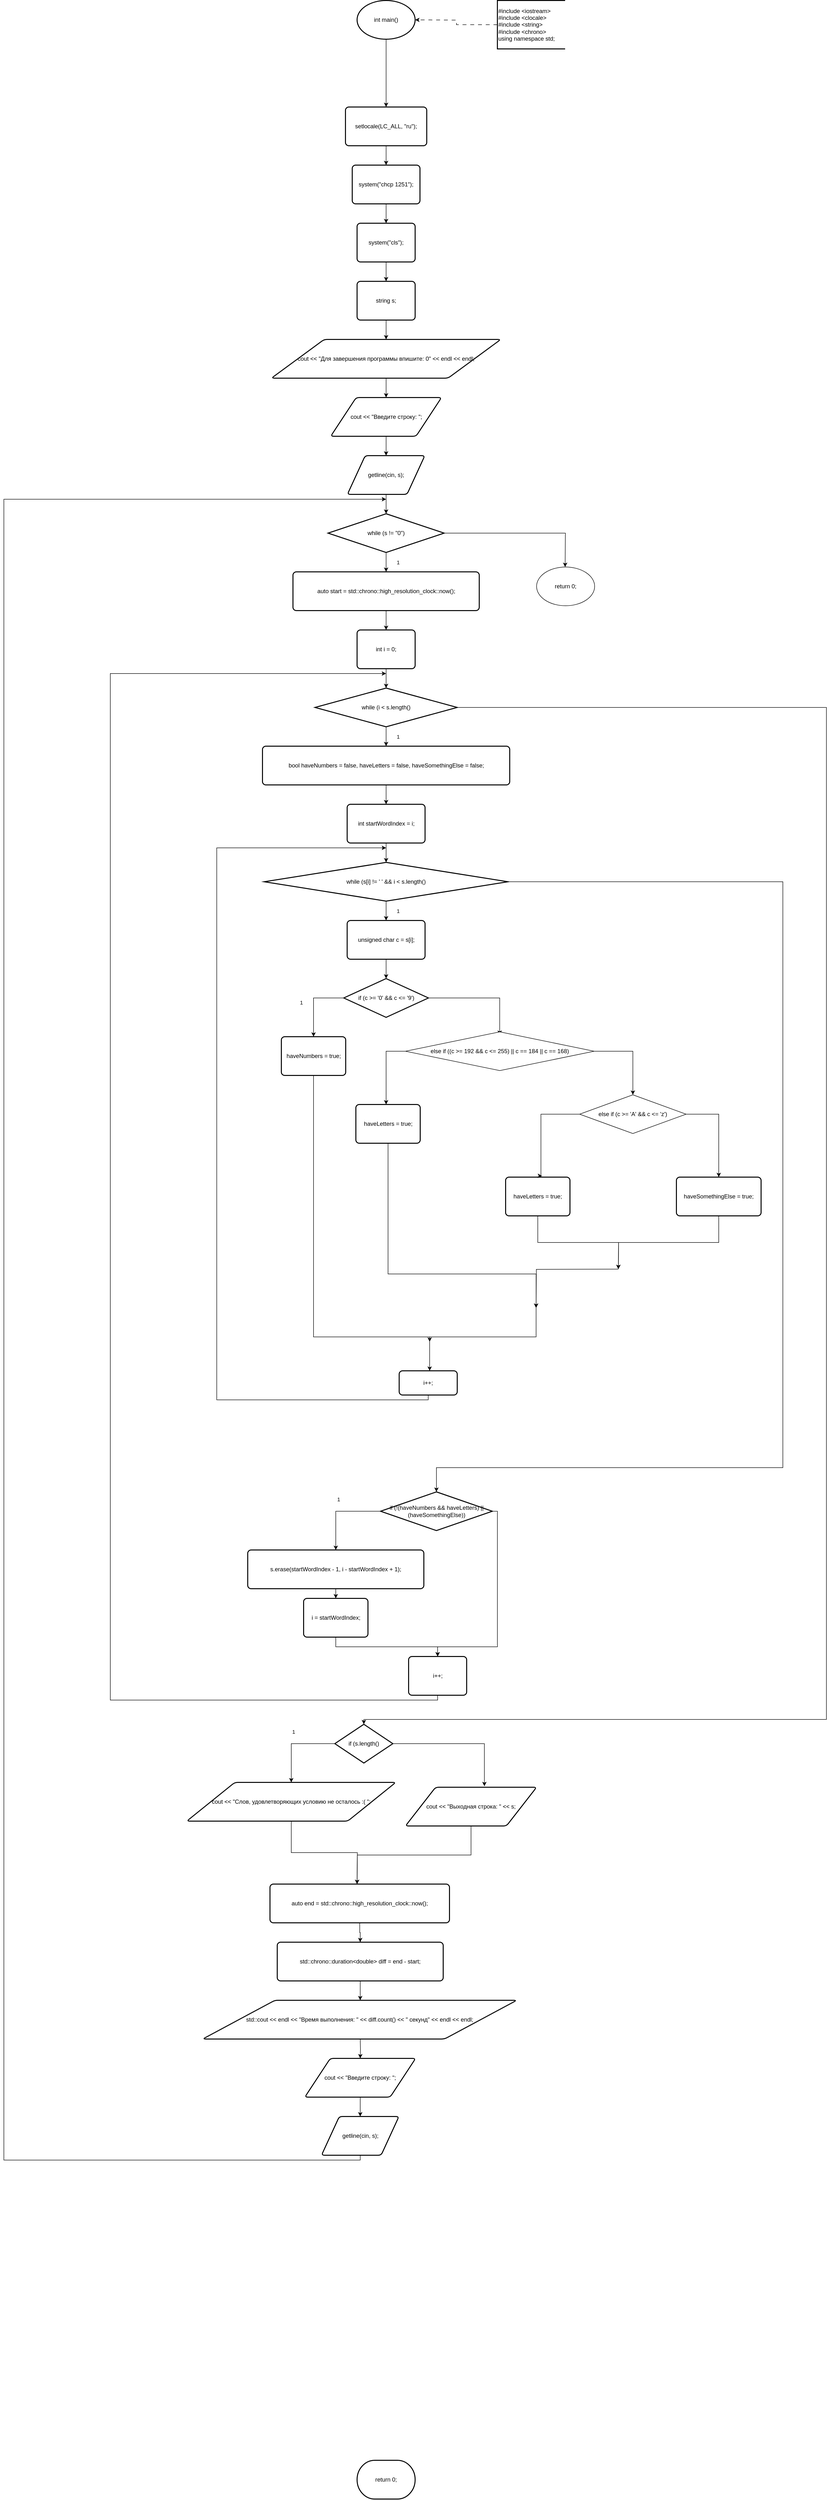
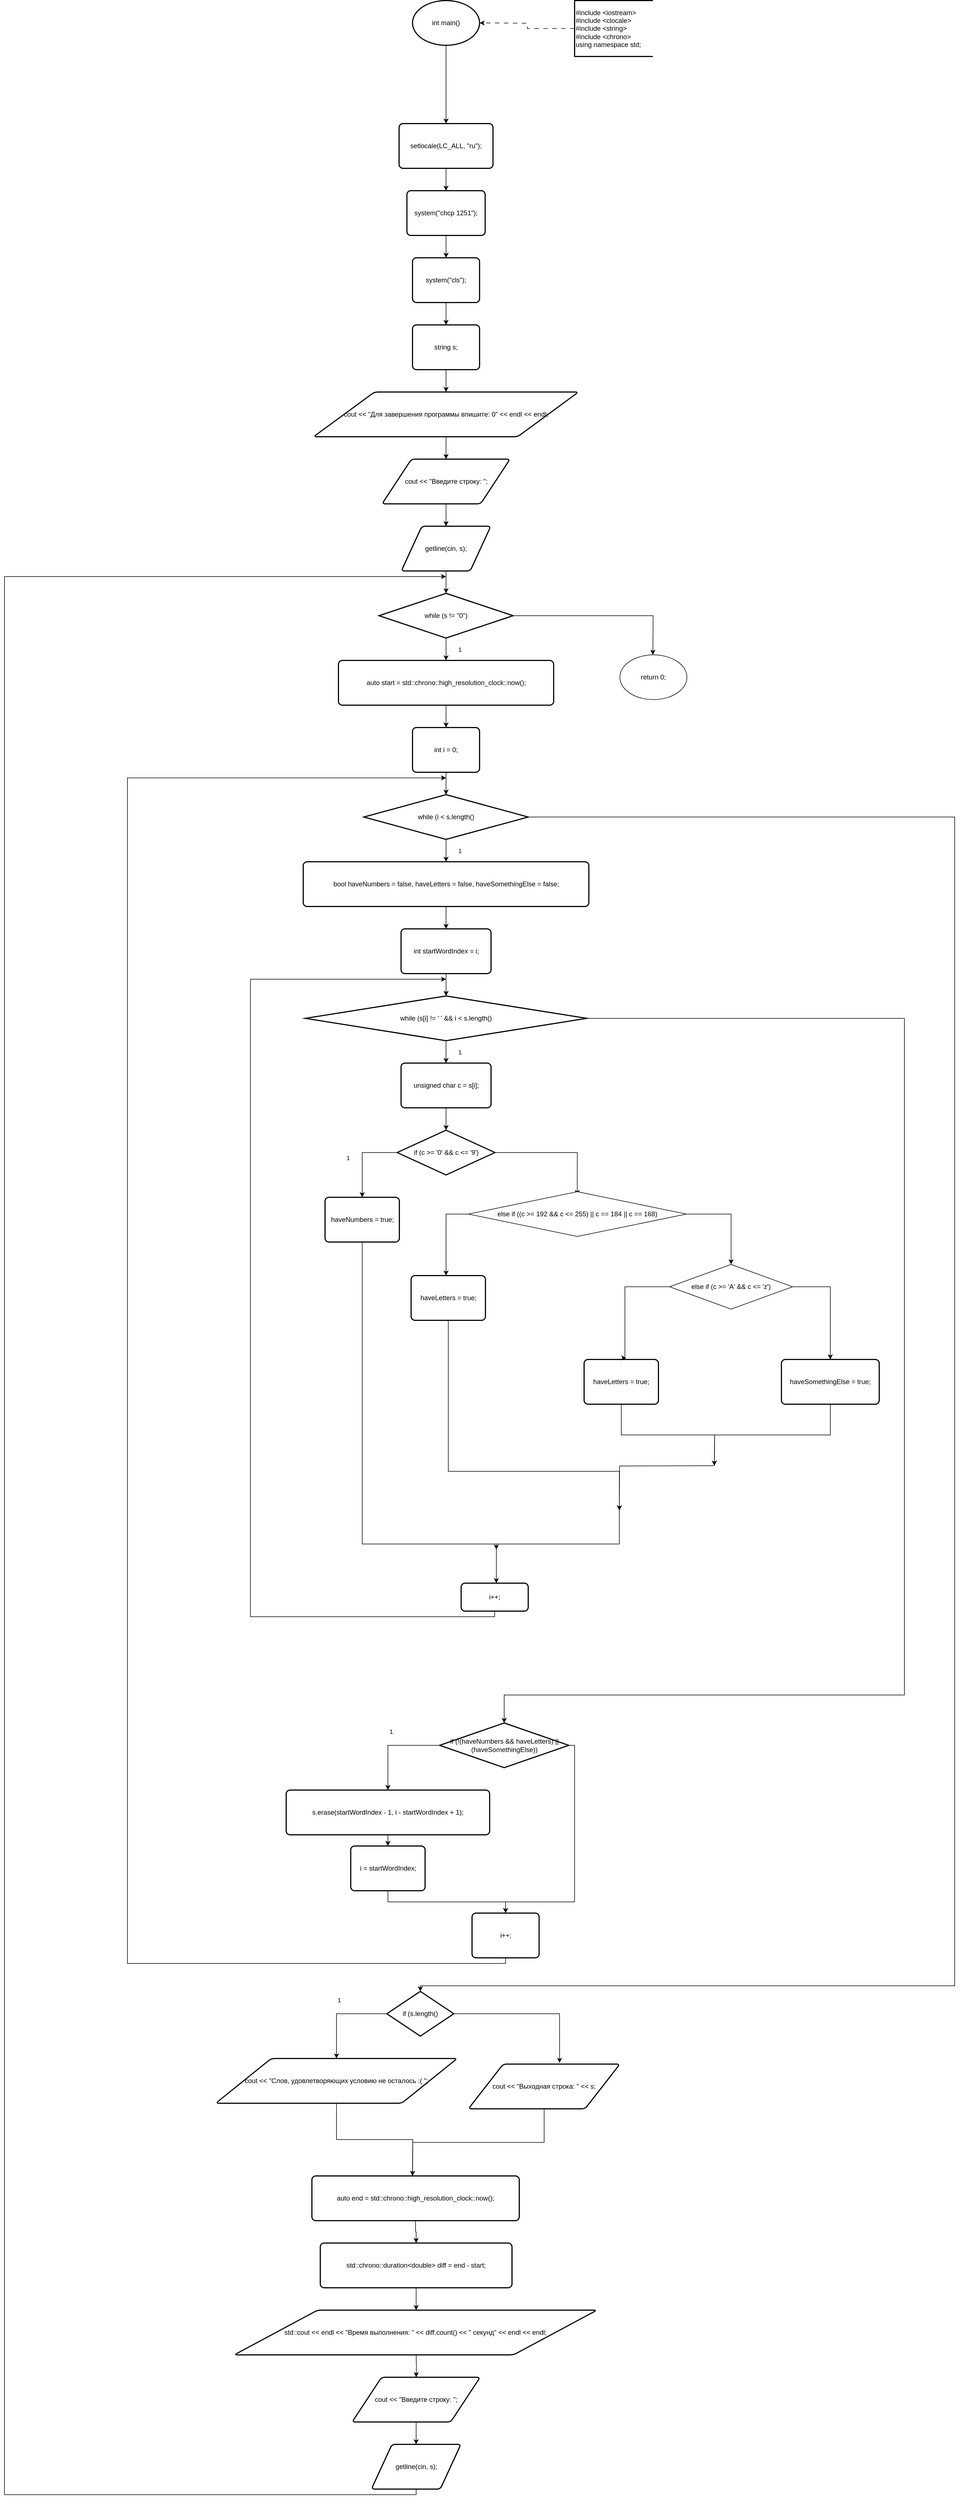
<mxfile host="Electron" agent="Mozilla/5.0 (Windows NT 10.0; Win64; x64) AppleWebKit/537.36 (KHTML, like Gecko) draw.io/29.5.2 Chrome/142.0.7444.265 Electron/39.6.1 Safari/537.36" version="29.5.2">
  <diagram name="Page-1" id="2739901740224">
-     <mxGraphModel dx="4893" dy="2760" grid="1" gridSize="10" guides="1" tooltips="1" connect="1" arrows="1" fold="1" page="1" pageScale="1" pageWidth="850" pageHeight="1100" math="0" shadow="0">
+     <mxGraphModel dx="2872" dy="1380" grid="1" gridSize="10" guides="1" tooltips="1" connect="1" arrows="1" fold="1" page="1" pageScale="1" pageWidth="850" pageHeight="1100" math="0" shadow="0">
      <root>
        <mxCell id="0" />
        <mxCell id="1" parent="0" />
        <mxCell id="2739901740656" parent="1" style="whiteSpace=wrap;rounded=0;dashed=0;strokeWidth=2;shape=mxgraph.flowchart.start_1;" value="int main()" vertex="1">
          <mxGeometry height="80" width="120" x="40" y="50" as="geometry" />
        </mxCell>
        <mxCell id="2739901740848" parent="1" style="whiteSpace=wrap;rounded=0;dashed=0;strokeWidth=2;shape=mxgraph.flowchart.annotation_1;align=left;pointerEvents=1;" value="#include &lt;iostream&gt; #include &lt;clocale&gt; #include &lt;string&gt; #include &lt;chrono&gt; &#xa;using namespace std;" vertex="1">
          <mxGeometry height="100" width="140" x="330" y="50" as="geometry" />
        </mxCell>
        <mxCell id="2739901740992" edge="1" parent="1" source="2739901740848" style="edgeStyle=orthogonalEdgeStyle;orthogonalLoop=1;dashed=1;dashPattern=8 8;rounded=0;jettySize=auto;exitX=0;exitY=0.5;exitDx=0;exitDy=0;targetPerimeterSpacing=0;sourcePerimeterSpacing=0;">
          <mxGeometry relative="1" as="geometry">
            <mxPoint x="160" y="90" as="targetPoint" />
          </mxGeometry>
        </mxCell>
        <mxCell id="2739901741520" parent="1" style="whiteSpace=wrap;rounded=1;dashed=0;absoluteArcSize=1;arcSize=14;strokeWidth=2;" value="setlocale(LC_ALL, &quot;ru&quot;);" vertex="1">
          <mxGeometry height="80" width="168" x="16" y="270" as="geometry" />
        </mxCell>
        <mxCell id="2739901741424" parent="1" style="whiteSpace=wrap;rounded=1;dashed=0;absoluteArcSize=1;arcSize=14;strokeWidth=2;" value="system(&quot;chcp 1251&quot;);" vertex="1">
          <mxGeometry height="80" width="140" x="30" y="390" as="geometry" />
        </mxCell>
        <mxCell id="2739901741760" edge="1" parent="1" source="2739901741520" style="edgeStyle=orthogonalEdgeStyle;orthogonalLoop=1;rounded=0;jettySize=auto;entryX=0.5;entryY=0;entryDx=0;entryDy=0;exitX=0.5;exitY=1;exitDx=0;exitDy=0;targetPerimeterSpacing=0;sourcePerimeterSpacing=0;" target="2739901741424">
          <mxGeometry relative="1" as="geometry" />
        </mxCell>
        <mxCell id="2739901741664" parent="1" style="whiteSpace=wrap;rounded=1;dashed=0;absoluteArcSize=1;arcSize=14;strokeWidth=2;" value="system(&quot;cls&quot;);" vertex="1">
          <mxGeometry height="80" width="120" x="40" y="510" as="geometry" />
        </mxCell>
        <mxCell id="2739901741952" edge="1" parent="1" source="2739901741424" style="edgeStyle=orthogonalEdgeStyle;orthogonalLoop=1;rounded=0;jettySize=auto;entryX=0.5;entryY=0;entryDx=0;entryDy=0;exitX=0.5;exitY=1;exitDx=0;exitDy=0;targetPerimeterSpacing=0;sourcePerimeterSpacing=0;" target="2739901741664">
          <mxGeometry relative="1" as="geometry" />
        </mxCell>
        <mxCell id="2739901741808" parent="1" style="whiteSpace=wrap;rounded=1;dashed=0;absoluteArcSize=1;arcSize=14;strokeWidth=2;" value="string s;" vertex="1">
          <mxGeometry height="80" width="120" x="40" y="630" as="geometry" />
        </mxCell>
        <mxCell id="2739901742240" edge="1" parent="1" source="2739901741664" style="edgeStyle=orthogonalEdgeStyle;orthogonalLoop=1;rounded=0;jettySize=auto;entryX=0.5;entryY=0;entryDx=0;entryDy=0;exitX=0.5;exitY=1;exitDx=0;exitDy=0;targetPerimeterSpacing=0;sourcePerimeterSpacing=0;" target="2739901741808">
          <mxGeometry relative="1" as="geometry" />
        </mxCell>
        <mxCell id="2739901742192" parent="1" style="whiteSpace=wrap;rounded=1;dashed=0;shape=parallelogram;strokeWidth=2;perimter=parallelogramPerimeter;arcSize=12;size=0.23;" value="cout &lt;&lt; &quot;Для завершения программы впишите: 0&quot; &lt;&lt; endl &lt;&lt; endl;" vertex="1">
          <mxGeometry height="80" width="474" x="-137" y="750" as="geometry" />
        </mxCell>
        <mxCell id="2739901742528" edge="1" parent="1" source="2739901741808" style="edgeStyle=orthogonalEdgeStyle;orthogonalLoop=1;rounded=0;jettySize=auto;entryX=0.5;entryY=0;entryDx=0;entryDy=0;exitX=0.5;exitY=1;exitDx=0;exitDy=0;targetPerimeterSpacing=0;sourcePerimeterSpacing=0;" target="2739901742192">
          <mxGeometry relative="1" as="geometry" />
        </mxCell>
        <mxCell id="2739901742480" parent="1" style="whiteSpace=wrap;rounded=1;dashed=0;shape=parallelogram;strokeWidth=2;perimter=parallelogramPerimeter;arcSize=12;size=0.23;" value="cout &lt;&lt; &quot;Введите строку: &quot;;" vertex="1">
          <mxGeometry height="80" width="229" x="-14.5" y="870" as="geometry" />
        </mxCell>
        <mxCell id="2739901742816" edge="1" parent="1" source="2739901742192" style="edgeStyle=orthogonalEdgeStyle;orthogonalLoop=1;rounded=0;jettySize=auto;entryX=0.5;entryY=0;entryDx=0;entryDy=0;exitX=0.5;exitY=1;exitDx=0;exitDy=0;targetPerimeterSpacing=0;sourcePerimeterSpacing=0;" target="2739901742480">
          <mxGeometry relative="1" as="geometry" />
        </mxCell>
        <mxCell id="2739901742768" parent="1" style="whiteSpace=wrap;rounded=1;dashed=0;shape=parallelogram;strokeWidth=2;perimter=parallelogramPerimeter;arcSize=12;size=0.23;" value="getline(cin, s);" vertex="1">
          <mxGeometry height="80" width="160" x="20" y="990" as="geometry" />
        </mxCell>
        <mxCell id="2739934740544" edge="1" parent="1" source="2739901742480" style="edgeStyle=orthogonalEdgeStyle;orthogonalLoop=1;rounded=0;jettySize=auto;entryX=0.5;entryY=0;entryDx=0;entryDy=0;exitX=0.5;exitY=1;exitDx=0;exitDy=0;targetPerimeterSpacing=0;sourcePerimeterSpacing=0;" target="2739901742768">
          <mxGeometry relative="1" as="geometry" />
        </mxCell>
        <mxCell id="2739901743056" parent="1" style="whiteSpace=wrap;rounded=0;dashed=0;strokeWidth=2;shape=mxgraph.flowchart.decision;" value="while (s != &quot;0&quot;)" vertex="1">
          <mxGeometry height="80" width="240" x="-20" y="1110" as="geometry" />
        </mxCell>
        <mxCell id="2739934740832" parent="1" style="whiteSpace=wrap;rounded=1;dashed=0;absoluteArcSize=1;arcSize=14;strokeWidth=2;" value="auto start = std::chrono::high_resolution_clock::now();" vertex="1">
          <mxGeometry height="80" width="385" x="-92.5" y="1230" as="geometry" />
        </mxCell>
        <mxCell id="2739934740976" parent="1" style="whiteSpace=wrap;rounded=1;dashed=0;absoluteArcSize=1;arcSize=14;strokeWidth=2;" value="int i = 0;" vertex="1">
          <mxGeometry height="80" width="120" x="40" y="1350" as="geometry" />
        </mxCell>
        <mxCell id="2739934741168" edge="1" parent="1" source="2739934740832" style="edgeStyle=orthogonalEdgeStyle;orthogonalLoop=1;rounded=0;jettySize=auto;entryX=0.5;entryY=0;entryDx=0;entryDy=0;exitX=0.5;exitY=1;exitDx=0;exitDy=0;targetPerimeterSpacing=0;sourcePerimeterSpacing=0;" target="2739934740976">
          <mxGeometry relative="1" as="geometry" />
        </mxCell>
        <mxCell id="2739934741120" parent="1" style="whiteSpace=wrap;rounded=0;dashed=0;strokeWidth=2;shape=mxgraph.flowchart.decision;" value="while (i &lt; s.length()" vertex="1">
          <mxGeometry height="80" width="294" x="-47" y="1470" as="geometry" />
        </mxCell>
        <mxCell id="2739934741456" parent="1" style="whiteSpace=wrap;rounded=1;dashed=0;absoluteArcSize=1;arcSize=14;strokeWidth=2;" value="bool haveNumbers = false, haveLetters = false, haveSomethingElse = false;" vertex="1">
          <mxGeometry height="80" width="511" x="-155.5" y="1590" as="geometry" />
        </mxCell>
        <mxCell id="2739934741600" parent="1" style="whiteSpace=wrap;rounded=1;dashed=0;absoluteArcSize=1;arcSize=14;strokeWidth=2;" value="int startWordIndex = i;" vertex="1">
          <mxGeometry height="80" width="161" x="19.5" y="1710" as="geometry" />
        </mxCell>
        <mxCell id="2739934741792" edge="1" parent="1" source="2739934741456" style="edgeStyle=orthogonalEdgeStyle;orthogonalLoop=1;rounded=0;jettySize=auto;entryX=0.5;entryY=0;entryDx=0;entryDy=0;exitX=0.5;exitY=1;exitDx=0;exitDy=0;targetPerimeterSpacing=0;sourcePerimeterSpacing=0;" target="2739934741600">
          <mxGeometry relative="1" as="geometry" />
        </mxCell>
        <mxCell id="2739934741744" parent="1" style="whiteSpace=wrap;rounded=0;dashed=0;strokeWidth=2;shape=mxgraph.flowchart.decision;" value="while (s[i] != &#39; &#39; &amp;&amp; i &lt; s.length()" vertex="1">
          <mxGeometry height="80" width="504" x="-152" y="1830" as="geometry" />
        </mxCell>
        <mxCell id="2739934742080" parent="1" style="whiteSpace=wrap;rounded=1;dashed=0;absoluteArcSize=1;arcSize=14;strokeWidth=2;" value="unsigned char c = s[i];" vertex="1">
          <mxGeometry height="80" width="161" x="19.5" y="1950" as="geometry" />
        </mxCell>
        <mxCell id="2739934742224" parent="1" style="whiteSpace=wrap;rounded=0;dashed=0;strokeWidth=2;shape=mxgraph.flowchart.decision;" value="if (c &gt;= &#39;0&#39; &amp;&amp; c &lt;= &#39;9&#39;)" vertex="1">
          <mxGeometry height="80" width="175" x="12.5" y="2070" as="geometry" />
        </mxCell>
        <mxCell id="2739934742416" parent="1" style="whiteSpace=wrap;rounded=1;dashed=0;absoluteArcSize=1;arcSize=14;strokeWidth=2;" value="haveNumbers = true;" vertex="1">
          <mxGeometry height="80" width="133" x="-116.5" y="2190" as="geometry" />
        </mxCell>
        <mxCell id="2739934742704" parent="1" style="whiteSpace=wrap;rounded=1;dashed=0;absoluteArcSize=1;arcSize=14;strokeWidth=2;" value="haveLetters = true;" vertex="1">
          <mxGeometry height="80" width="133" x="37.5" y="2330" as="geometry" />
        </mxCell>
        <mxCell id="2739934743280" parent="1" style="whiteSpace=wrap;rounded=1;dashed=0;absoluteArcSize=1;arcSize=14;strokeWidth=2;" value="haveLetters = true;" vertex="1">
          <mxGeometry height="80" width="133" x="347" y="2480" as="geometry" />
        </mxCell>
        <mxCell id="2739934743856" parent="1" style="whiteSpace=wrap;rounded=1;dashed=0;absoluteArcSize=1;arcSize=14;strokeWidth=2;" value="haveSomethingElse = true;" vertex="1">
          <mxGeometry height="80" width="175" x="700" y="2480" as="geometry" />
        </mxCell>
        <mxCell id="2739934744144" parent="1" style="whiteSpace=wrap;rounded=1;dashed=0;absoluteArcSize=1;arcSize=14;strokeWidth=2;" value="i++;" vertex="1">
          <mxGeometry height="50" width="120" x="127" y="2880" as="geometry" />
        </mxCell>
        <mxCell id="2739934744432" parent="1" style="whiteSpace=wrap;rounded=0;dashed=0;strokeWidth=2;shape=mxgraph.flowchart.decision;" value="if (!(haveNumbers &amp;&amp; haveLetters) || (haveSomethingElse))" vertex="1">
          <mxGeometry height="80" width="231" x="88.5" y="3130" as="geometry" />
        </mxCell>
        <mxCell id="2739934744768" parent="1" style="whiteSpace=wrap;rounded=1;dashed=0;absoluteArcSize=1;arcSize=14;strokeWidth=2;" value="s.erase(startWordIndex - 1, i - startWordIndex + 1);" vertex="1">
          <mxGeometry height="80" width="364" x="-186" y="3250" as="geometry" />
        </mxCell>
        <mxCell id="2739934744912" parent="1" style="whiteSpace=wrap;rounded=1;dashed=0;absoluteArcSize=1;arcSize=14;strokeWidth=2;" value="i = startWordIndex;" vertex="1">
          <mxGeometry height="80" width="133" x="-70.5" y="3350" as="geometry" />
        </mxCell>
        <mxCell id="2739934745104" edge="1" parent="1" source="2739934744768" style="edgeStyle=orthogonalEdgeStyle;orthogonalLoop=1;rounded=0;jettySize=auto;entryX=0.5;entryY=0;entryDx=0;entryDy=0;exitX=0.5;exitY=1;exitDx=0;exitDy=0;targetPerimeterSpacing=0;sourcePerimeterSpacing=0;" target="2739934744912">
          <mxGeometry relative="1" as="geometry" />
        </mxCell>
        <mxCell id="2739934745056" parent="1" style="whiteSpace=wrap;rounded=1;dashed=0;absoluteArcSize=1;arcSize=14;strokeWidth=2;" value="i++;" vertex="1">
          <mxGeometry height="80" width="120" x="146.5" y="3470" as="geometry" />
        </mxCell>
        <mxCell id="2739934745392" edge="1" parent="1" source="2739934744912" style="edgeStyle=orthogonalEdgeStyle;orthogonalLoop=1;rounded=0;jettySize=auto;entryX=0.5;entryY=0;entryDx=0;entryDy=0;exitX=0.5;exitY=1;exitDx=0;exitDy=0;targetPerimeterSpacing=0;sourcePerimeterSpacing=0;" target="2739934745056">
          <mxGeometry relative="1" as="geometry" />
        </mxCell>
        <mxCell id="2739934745344" parent="1" style="whiteSpace=wrap;rounded=0;dashed=0;strokeWidth=2;shape=mxgraph.flowchart.decision;" value="if (s.length()" vertex="1">
          <mxGeometry height="80" width="120" x="-6" y="3610" as="geometry" />
        </mxCell>
        <mxCell id="2739934745680" parent="1" style="whiteSpace=wrap;rounded=1;dashed=0;shape=parallelogram;strokeWidth=2;perimter=parallelogramPerimeter;arcSize=12;size=0.23;" value="cout &lt;&lt; &quot;Слов, удовлетворяющих условию не осталось :( &quot;;" vertex="1">
          <mxGeometry height="80" width="432" x="-312" y="3730" as="geometry" />
        </mxCell>
        <mxCell id="2739934746016" edge="1" parent="1" source="2739934745680" style="edgeStyle=orthogonalEdgeStyle;orthogonalLoop=1;rounded=0;jettySize=auto;exitX=0.5;exitY=1;exitDx=0;exitDy=0;targetPerimeterSpacing=0;sourcePerimeterSpacing=0;">
          <mxGeometry relative="1" as="geometry">
            <mxPoint x="40" y="3940" as="targetPoint" />
          </mxGeometry>
        </mxCell>
        <mxCell id="2739934745968" parent="1" style="whiteSpace=wrap;rounded=1;dashed=0;shape=parallelogram;strokeWidth=2;perimter=parallelogramPerimeter;arcSize=12;size=0.23;" value="cout &lt;&lt; &quot;Выходная строка: &quot; &lt;&lt; s;" vertex="1">
          <mxGeometry height="80" width="271" x="140" y="3740" as="geometry" />
        </mxCell>
        <mxCell id="2739934746256" parent="1" style="whiteSpace=wrap;rounded=1;dashed=0;absoluteArcSize=1;arcSize=14;strokeWidth=2;" value="auto end = std::chrono::high_resolution_clock::now();" vertex="1">
          <mxGeometry height="80" width="371" x="-140" y="3940" as="geometry" />
        </mxCell>
        <mxCell id="2739934746544" parent="1" style="whiteSpace=wrap;rounded=1;dashed=0;absoluteArcSize=1;arcSize=14;strokeWidth=2;" value="std::chrono::duration&lt;double&gt; diff = end - start;" vertex="1">
          <mxGeometry height="80" width="343" x="-125" y="4060" as="geometry" />
        </mxCell>
        <mxCell id="2739934746880" edge="1" parent="1" source="2739934746256" style="edgeStyle=orthogonalEdgeStyle;orthogonalLoop=1;rounded=0;jettySize=auto;entryX=0.5;entryY=0;entryDx=0;entryDy=0;exitX=0.5;exitY=1;exitDx=0;exitDy=0;targetPerimeterSpacing=0;sourcePerimeterSpacing=0;" target="2739934746544">
          <mxGeometry relative="1" as="geometry" />
        </mxCell>
        <mxCell id="2739934746832" parent="1" style="whiteSpace=wrap;rounded=1;dashed=0;shape=parallelogram;strokeWidth=2;perimter=parallelogramPerimeter;arcSize=12;size=0.23;" value="std::cout &lt;&lt; endl &lt;&lt; &quot;Время выполнения: &quot; &lt;&lt; diff.count() &lt;&lt; &quot; секунд&quot; &lt;&lt; endl &lt;&lt; endl;" vertex="1">
          <mxGeometry height="80" width="649" x="-279" y="4180" as="geometry" />
        </mxCell>
        <mxCell id="2739934747168" edge="1" parent="1" source="2739934746544" style="edgeStyle=orthogonalEdgeStyle;orthogonalLoop=1;rounded=0;jettySize=auto;entryX=0.5;entryY=0;entryDx=0;entryDy=0;exitX=0.5;exitY=1;exitDx=0;exitDy=0;targetPerimeterSpacing=0;sourcePerimeterSpacing=0;">
          <mxGeometry relative="1" as="geometry">
            <mxPoint x="46.5" y="4180" as="targetPoint" />
          </mxGeometry>
        </mxCell>
        <mxCell id="2739934747120" parent="1" style="whiteSpace=wrap;rounded=1;dashed=0;shape=parallelogram;strokeWidth=2;perimter=parallelogramPerimeter;arcSize=12;size=0.23;" value="cout &lt;&lt; &quot;Введите строку: &quot;;" vertex="1">
          <mxGeometry height="80" width="229" x="-68" y="4300" as="geometry" />
        </mxCell>
        <mxCell id="2739934747456" edge="1" parent="1" style="edgeStyle=orthogonalEdgeStyle;orthogonalLoop=1;rounded=0;jettySize=auto;entryX=0.5;entryY=0;entryDx=0;entryDy=0;exitX=0.5;exitY=1;exitDx=0;exitDy=0;targetPerimeterSpacing=0;sourcePerimeterSpacing=0;" target="2739934747120">
          <mxGeometry relative="1" as="geometry">
            <mxPoint x="46.5" y="4260" as="sourcePoint" />
          </mxGeometry>
        </mxCell>
        <mxCell id="2739934747408" parent="1" style="whiteSpace=wrap;rounded=1;dashed=0;shape=parallelogram;strokeWidth=2;perimter=parallelogramPerimeter;arcSize=12;size=0.23;" value="getline(cin, s);" vertex="1">
          <mxGeometry height="80" width="160" x="-33.5" y="4420" as="geometry" />
        </mxCell>
        <mxCell id="2739934747744" edge="1" parent="1" source="2739934747120" style="edgeStyle=orthogonalEdgeStyle;orthogonalLoop=1;rounded=0;jettySize=auto;entryX=0.5;entryY=0;entryDx=0;entryDy=0;exitX=0.5;exitY=1;exitDx=0;exitDy=0;targetPerimeterSpacing=0;sourcePerimeterSpacing=0;" target="2739934747408">
          <mxGeometry relative="1" as="geometry" />
        </mxCell>
        <mxCell id="2739934745632" edge="1" parent="1" source="2739934745344" style="edgeStyle=orthogonalEdgeStyle;orthogonalLoop=1;rounded=0;jettySize=auto;entryX=0.5;entryY=0;entryDx=0;entryDy=0;exitX=0;exitY=0.5;exitDx=0;exitDy=0;targetPerimeterSpacing=30;sourcePerimeterSpacing=30;" target="2739934745680" value="1">
          <mxGeometry relative="1" y="-25" as="geometry" />
        </mxCell>
        <mxCell id="2739934744720" edge="1" parent="1" source="2739934744432" style="edgeStyle=orthogonalEdgeStyle;orthogonalLoop=1;rounded=0;jettySize=auto;entryX=0.5;entryY=0;entryDx=0;entryDy=0;exitX=0;exitY=0.5;exitDx=0;exitDy=0;targetPerimeterSpacing=30;sourcePerimeterSpacing=30;" target="2739934744768" value="1">
          <mxGeometry relative="1" y="-25" as="geometry" />
        </mxCell>
        <mxCell id="2739934742368" edge="1" parent="1" source="2739934742224" style="edgeStyle=orthogonalEdgeStyle;orthogonalLoop=1;rounded=0;jettySize=auto;entryX=0.5;entryY=0;entryDx=0;entryDy=0;exitX=0;exitY=0.5;exitDx=0;exitDy=0;targetPerimeterSpacing=30;sourcePerimeterSpacing=30;" target="2739934742416" value="1">
          <mxGeometry relative="1" y="-25" as="geometry" />
        </mxCell>
        <mxCell id="2739934748464" edge="1" parent="1" source="2739934742080" style="edgeStyle=orthogonalEdgeStyle;orthogonalLoop=1;rounded=0;jettySize=auto;entryX=0.5;entryY=0;entryDx=0;entryDy=0;exitX=0.5;exitY=1;exitDx=0;exitDy=0;targetPerimeterSpacing=0;sourcePerimeterSpacing=0;" target="2739934742224">
          <mxGeometry relative="1" as="geometry" />
        </mxCell>
        <mxCell id="2739934742032" edge="1" parent="1" source="2739934741744" style="edgeStyle=orthogonalEdgeStyle;orthogonalLoop=1;rounded=0;jettySize=auto;entryX=0.5;entryY=0;entryDx=0;entryDy=0;exitX=0.5;exitY=1;exitDx=0;exitDy=0;targetPerimeterSpacing=30;sourcePerimeterSpacing=30;" target="2739934742080" value="1">
          <mxGeometry relative="1" y="25" as="geometry" />
        </mxCell>
        <mxCell id="2739934749280" edge="1" parent="1" source="2739934741600" style="edgeStyle=orthogonalEdgeStyle;orthogonalLoop=1;rounded=0;jettySize=auto;entryX=0.5;entryY=0;entryDx=0;entryDy=0;exitX=0.5;exitY=1;exitDx=0;exitDy=0;targetPerimeterSpacing=0;sourcePerimeterSpacing=0;" target="2739934741744">
          <mxGeometry relative="1" as="geometry" />
        </mxCell>
        <mxCell id="2739934741408" edge="1" parent="1" source="2739934741120" style="edgeStyle=orthogonalEdgeStyle;orthogonalLoop=1;rounded=0;jettySize=auto;entryX=0.5;entryY=0;entryDx=0;entryDy=0;exitX=0.5;exitY=1;exitDx=0;exitDy=0;targetPerimeterSpacing=30;sourcePerimeterSpacing=30;" target="2739934741456" value="1">
          <mxGeometry relative="1" y="25" as="geometry" />
        </mxCell>
        <mxCell id="2739934749664" edge="1" parent="1" source="2739934740976" style="edgeStyle=orthogonalEdgeStyle;orthogonalLoop=1;rounded=0;jettySize=auto;entryX=0.5;entryY=0;entryDx=0;entryDy=0;exitX=0.5;exitY=1;exitDx=0;exitDy=0;targetPerimeterSpacing=0;sourcePerimeterSpacing=0;" target="2739934741120">
          <mxGeometry relative="1" as="geometry" />
        </mxCell>
        <mxCell id="2739934740784" edge="1" parent="1" source="2739901743056" style="edgeStyle=orthogonalEdgeStyle;orthogonalLoop=1;rounded=0;jettySize=auto;entryX=0.5;entryY=0;entryDx=0;entryDy=0;exitX=0.5;exitY=1;exitDx=0;exitDy=0;targetPerimeterSpacing=30;sourcePerimeterSpacing=30;" target="2739934740832" value="1">
          <mxGeometry relative="1" y="25" as="geometry" />
        </mxCell>
        <mxCell id="2739934750048" edge="1" parent="1" source="2739901742768" style="edgeStyle=orthogonalEdgeStyle;orthogonalLoop=1;rounded=0;jettySize=auto;entryX=0.5;entryY=0;entryDx=0;entryDy=0;exitX=0.5;exitY=1;exitDx=0;exitDy=0;targetPerimeterSpacing=0;sourcePerimeterSpacing=0;" target="2739901743056">
          <mxGeometry relative="1" as="geometry" />
        </mxCell>
-         <mxCell id="2739934749856" parent="1" style="whiteSpace=wrap;rounded=0;dashed=0;strokeWidth=2;shape=mxgraph.flowchart.terminator;" value="return 0;" vertex="1">
-           <mxGeometry height="80" width="120" x="40" y="5130" as="geometry" />
-         </mxCell>
        <mxCell id="B6rxaTuWBUzxPy2KY-4I-2739934750336" edge="1" parent="1" source="2739901740656" style="endArrow=classic;html=1;rounded=0;entryX=0.5;entryY=0;entryDx=0;entryDy=0;exitX=0.5;exitY=1;exitDx=0;exitDy=0;exitPerimeter=0;" target="2739901741520" value="">
          <mxGeometry height="50" relative="1" width="50" as="geometry">
            <mxPoint x="150" y="300" as="sourcePoint" />
            <mxPoint x="200" y="250" as="targetPoint" />
          </mxGeometry>
        </mxCell>
        <mxCell id="B6rxaTuWBUzxPy2KY-4I-2739934750338" edge="1" parent="1" source="2739934742224" style="endArrow=classic;html=1;rounded=0;edgeStyle=orthogonalEdgeStyle;entryX=0.52;entryY=-0.047;entryDx=0;entryDy=0;entryPerimeter=0;exitX=1;exitY=0.5;exitDx=0;exitDy=0;exitPerimeter=0;" value="">
          <mxGeometry height="50" relative="1" width="50" as="geometry">
            <Array as="points">
              <mxPoint x="335" y="2110" />
            </Array>
            <mxPoint x="200" y="2270" as="sourcePoint" />
            <mxPoint x="334.7600000000002" y="2186.2400000000002" as="targetPoint" />
          </mxGeometry>
        </mxCell>
        <mxCell id="B6rxaTuWBUzxPy2KY-4I-2739934750339" edge="1" parent="1" source="B6rxaTuWBUzxPy2KY-4I-2739934750340" style="endArrow=classic;html=1;rounded=0;edgeStyle=orthogonalEdgeStyle;entryX=0.5;entryY=0;entryDx=0;entryDy=0;exitX=1;exitY=0.5;exitDx=0;exitDy=0;" target="B6rxaTuWBUzxPy2KY-4I-2739934750341" value="">
          <mxGeometry height="50" relative="1" width="50" as="geometry">
            <Array as="points">
              <mxPoint x="610" y="2220" />
            </Array>
            <mxPoint x="572.95" y="1994" as="sourcePoint" />
            <mxPoint x="710.95" y="2070" as="targetPoint" />
          </mxGeometry>
        </mxCell>
        <mxCell id="B6rxaTuWBUzxPy2KY-4I-2739934750340" parent="1" style="rhombus;whiteSpace=wrap;html=1;" value="else if ((c &amp;gt;= 192 &amp;amp;&amp;amp; c &amp;lt;= 255) || c == 184 || c == 168)" vertex="1">
          <mxGeometry height="80" width="390" x="140" y="2180" as="geometry" />
        </mxCell>
        <mxCell id="B6rxaTuWBUzxPy2KY-4I-2739934750341" parent="1" style="rhombus;whiteSpace=wrap;html=1;" value="else if (c &amp;gt;= &#39;A&#39; &amp;amp;&amp;amp; c &amp;lt;= &#39;z&#39;)" vertex="1">
          <mxGeometry height="80" width="220" x="500" y="2310" as="geometry" />
        </mxCell>
        <mxCell id="B6rxaTuWBUzxPy2KY-4I-2739934750344" edge="1" parent="1" source="B6rxaTuWBUzxPy2KY-4I-2739934750340" style="endArrow=classic;html=1;rounded=0;edgeStyle=orthogonalEdgeStyle;entryX=0.47;entryY=0;entryDx=0;entryDy=0;exitX=0;exitY=0.5;exitDx=0;exitDy=0;entryPerimeter=0;" target="2739934742704" value="">
          <mxGeometry height="50" relative="1" width="50" as="geometry">
            <Array as="points">
              <mxPoint x="100" y="2220" />
            </Array>
            <mxPoint x="276" y="2310" as="sourcePoint" />
            <mxPoint x="240" y="2420" as="targetPoint" />
          </mxGeometry>
        </mxCell>
        <mxCell id="B6rxaTuWBUzxPy2KY-4I-2739934750346" edge="1" parent="1" source="B6rxaTuWBUzxPy2KY-4I-2739934750341" style="endArrow=classic;html=1;rounded=0;edgeStyle=orthogonalEdgeStyle;entryX=0.567;entryY=-0.032;entryDx=0;entryDy=0;exitX=0;exitY=0.5;exitDx=0;exitDy=0;entryPerimeter=0;" target="2739934743280" value="">
          <mxGeometry height="50" relative="1" width="50" as="geometry">
            <Array as="points">
              <mxPoint x="420" y="2350" />
              <mxPoint x="420" y="2477" />
            </Array>
            <mxPoint x="366" y="2420" as="sourcePoint" />
            <mxPoint x="330" y="2530" as="targetPoint" />
          </mxGeometry>
        </mxCell>
        <mxCell id="B6rxaTuWBUzxPy2KY-4I-2739934750348" edge="1" parent="1" source="B6rxaTuWBUzxPy2KY-4I-2739934750341" style="endArrow=classic;html=1;rounded=0;edgeStyle=orthogonalEdgeStyle;entryX=0.5;entryY=0;entryDx=0;entryDy=0;exitX=1;exitY=0.5;exitDx=0;exitDy=0;" target="2739934743856" value="">
          <mxGeometry height="50" relative="1" width="50" as="geometry">
            <mxPoint x="560" y="2410" as="sourcePoint" />
            <mxPoint x="610" y="2360" as="targetPoint" />
          </mxGeometry>
        </mxCell>
        <mxCell id="B6rxaTuWBUzxPy2KY-4I-2739934750350" edge="1" parent="1" source="2739934743280" style="endArrow=classic;html=1;rounded=0;edgeStyle=orthogonalEdgeStyle;exitX=0.5;exitY=1;exitDx=0;exitDy=0;" value="">
          <mxGeometry height="50" relative="1" width="50" as="geometry">
            <mxPoint x="240" y="2500" as="sourcePoint" />
            <mxPoint x="580" y="2670" as="targetPoint" />
          </mxGeometry>
        </mxCell>
        <mxCell id="B6rxaTuWBUzxPy2KY-4I-2739934750351" edge="1" parent="1" source="2739934743856" style="endArrow=classic;html=1;rounded=0;edgeStyle=orthogonalEdgeStyle;exitX=0.5;exitY=1;exitDx=0;exitDy=0;" value="">
          <mxGeometry height="50" relative="1" width="50" as="geometry">
            <mxPoint x="780" y="2710" as="sourcePoint" />
            <mxPoint x="580" y="2670" as="targetPoint" />
          </mxGeometry>
        </mxCell>
        <mxCell id="B6rxaTuWBUzxPy2KY-4I-2739934750352" edge="1" parent="1" source="2739934742704" style="endArrow=classic;html=1;rounded=0;edgeStyle=orthogonalEdgeStyle;exitX=0.5;exitY=1;exitDx=0;exitDy=0;" value="">
          <mxGeometry height="50" relative="1" width="50" as="geometry">
            <Array as="points">
              <mxPoint x="104" y="2680" />
              <mxPoint x="410" y="2680" />
            </Array>
            <mxPoint x="120" y="2620" as="sourcePoint" />
            <mxPoint x="410" y="2750" as="targetPoint" />
          </mxGeometry>
        </mxCell>
        <mxCell id="B6rxaTuWBUzxPy2KY-4I-2739934750353" edge="1" parent="1" style="endArrow=classic;html=1;rounded=0;edgeStyle=orthogonalEdgeStyle;" value="">
          <mxGeometry height="50" relative="1" width="50" as="geometry">
            <mxPoint x="580" y="2670" as="sourcePoint" />
            <mxPoint x="410" y="2750" as="targetPoint" />
          </mxGeometry>
        </mxCell>
        <mxCell id="B6rxaTuWBUzxPy2KY-4I-2739934750354" edge="1" parent="1" source="2739934742416" style="endArrow=classic;html=1;rounded=0;edgeStyle=orthogonalEdgeStyle;exitX=0.5;exitY=1;exitDx=0;exitDy=0;" value="">
          <mxGeometry height="50" relative="1" width="50" as="geometry">
            <Array as="points">
              <mxPoint x="-50" y="2810" />
              <mxPoint x="190" y="2810" />
            </Array>
            <mxPoint x="-300" y="2500" as="sourcePoint" />
            <mxPoint x="190" y="2880" as="targetPoint" />
          </mxGeometry>
        </mxCell>
        <mxCell id="B6rxaTuWBUzxPy2KY-4I-2739934750355" edge="1" parent="1" style="endArrow=classic;html=1;rounded=0;edgeStyle=orthogonalEdgeStyle;" value="">
          <mxGeometry height="50" relative="1" width="50" as="geometry">
            <Array as="points">
              <mxPoint x="410" y="2810" />
              <mxPoint x="190" y="2810" />
            </Array>
            <mxPoint x="410" y="2740" as="sourcePoint" />
            <mxPoint x="190" y="2820" as="targetPoint" />
          </mxGeometry>
        </mxCell>
        <mxCell id="B6rxaTuWBUzxPy2KY-4I-2739934750356" edge="1" parent="1" source="2739934744432" style="endArrow=classic;html=1;rounded=0;edgeStyle=orthogonalEdgeStyle;entryX=0.5;entryY=0;entryDx=0;entryDy=0;exitX=1;exitY=0.5;exitDx=0;exitDy=0;exitPerimeter=0;" target="2739934745056" value="">
          <mxGeometry height="50" relative="1" width="50" as="geometry">
            <Array as="points">
              <mxPoint x="330" y="3170" />
              <mxPoint x="330" y="3450" />
              <mxPoint x="207" y="3450" />
            </Array>
            <mxPoint x="174" y="3280" as="sourcePoint" />
            <mxPoint x="224" y="3230" as="targetPoint" />
          </mxGeometry>
        </mxCell>
        <mxCell id="B6rxaTuWBUzxPy2KY-4I-2739934750359" edge="1" parent="1" source="2739934744144" style="endArrow=classic;html=1;rounded=0;edgeStyle=orthogonalEdgeStyle;exitX=0.5;exitY=1;exitDx=0;exitDy=0;" value="">
          <mxGeometry height="50" relative="1" width="50" as="geometry">
            <Array as="points">
              <mxPoint x="187" y="2940" />
              <mxPoint x="-250" y="2940" />
              <mxPoint x="-250" y="1800" />
            </Array>
            <mxPoint x="-70" y="2700" as="sourcePoint" />
            <mxPoint x="100" y="1800" as="targetPoint" />
          </mxGeometry>
        </mxCell>
        <mxCell id="B6rxaTuWBUzxPy2KY-4I-2739934750360" edge="1" parent="1" source="2739934741744" style="endArrow=classic;html=1;rounded=0;edgeStyle=orthogonalEdgeStyle;exitX=1;exitY=0.5;exitDx=0;exitDy=0;exitPerimeter=0;entryX=0.5;entryY=0;entryDx=0;entryDy=0;entryPerimeter=0;" target="2739934744432" value="">
          <mxGeometry height="50" relative="1" width="50" as="geometry">
            <Array as="points">
              <mxPoint x="920" y="1870" />
              <mxPoint x="920" y="3080" />
              <mxPoint x="204" y="3080" />
            </Array>
            <mxPoint x="740" y="1720" as="sourcePoint" />
            <mxPoint x="1140" y="2580" as="targetPoint" />
          </mxGeometry>
        </mxCell>
        <mxCell id="B6rxaTuWBUzxPy2KY-4I-2739934750361" edge="1" parent="1" source="2739934745056" style="endArrow=classic;html=1;rounded=0;edgeStyle=orthogonalEdgeStyle;exitX=0.5;exitY=1;exitDx=0;exitDy=0;" value="">
          <mxGeometry height="50" relative="1" width="50" as="geometry">
            <Array as="points">
              <mxPoint x="207" y="3560" />
              <mxPoint x="-470" y="3560" />
              <mxPoint x="-470" y="1440" />
            </Array>
            <mxPoint x="-290" y="3460" as="sourcePoint" />
            <mxPoint x="100" y="1440" as="targetPoint" />
          </mxGeometry>
        </mxCell>
        <mxCell id="B6rxaTuWBUzxPy2KY-4I-2739934750362" edge="1" parent="1" source="2739934741120" style="endArrow=classic;html=1;rounded=0;edgeStyle=orthogonalEdgeStyle;exitX=1;exitY=0.5;exitDx=0;exitDy=0;exitPerimeter=0;" value="">
          <mxGeometry height="50" relative="1" width="50" as="geometry">
            <Array as="points">
              <mxPoint x="1010" y="1510" />
              <mxPoint x="1010" y="3600" />
              <mxPoint x="54" y="3600" />
            </Array>
            <mxPoint x="550" y="1600" as="sourcePoint" />
            <mxPoint x="54" y="3610" as="targetPoint" />
          </mxGeometry>
        </mxCell>
        <mxCell id="B6rxaTuWBUzxPy2KY-4I-2739934750363" edge="1" parent="1" source="2739934745344" style="endArrow=classic;html=1;rounded=0;edgeStyle=orthogonalEdgeStyle;exitX=1;exitY=0.5;exitDx=0;exitDy=0;exitPerimeter=0;entryX=0.602;entryY=-0.027;entryDx=0;entryDy=0;entryPerimeter=0;" target="2739934745968" value="">
          <mxGeometry height="50" relative="1" width="50" as="geometry">
            <mxPoint x="30" y="3990" as="sourcePoint" />
            <mxPoint x="80" y="3940" as="targetPoint" />
          </mxGeometry>
        </mxCell>
        <mxCell id="B6rxaTuWBUzxPy2KY-4I-2739934750364" edge="1" parent="1" source="2739934745968" style="endArrow=classic;html=1;rounded=0;edgeStyle=orthogonalEdgeStyle;exitX=0.5;exitY=1;exitDx=0;exitDy=0;" value="">
          <mxGeometry height="50" relative="1" width="50" as="geometry">
            <mxPoint x="-10" y="3990" as="sourcePoint" />
            <mxPoint x="40" y="3940" as="targetPoint" />
          </mxGeometry>
        </mxCell>
        <mxCell id="B6rxaTuWBUzxPy2KY-4I-2739934750365" edge="1" parent="1" source="2739934747408" style="endArrow=classic;html=1;rounded=0;edgeStyle=orthogonalEdgeStyle;exitX=0.5;exitY=1;exitDx=0;exitDy=0;" value="">
          <mxGeometry height="50" relative="1" width="50" as="geometry">
            <Array as="points">
              <mxPoint x="46" y="4510" />
              <mxPoint x="-690" y="4510" />
              <mxPoint x="-690" y="1080" />
            </Array>
            <mxPoint x="-310" y="4640" as="sourcePoint" />
            <mxPoint x="100" y="1080" as="targetPoint" />
          </mxGeometry>
        </mxCell>
        <mxCell id="B6rxaTuWBUzxPy2KY-4I-2739934750366" edge="1" parent="1" source="2739901743056" style="endArrow=classic;html=1;rounded=0;edgeStyle=orthogonalEdgeStyle;exitX=1;exitY=0.5;exitDx=0;exitDy=0;exitPerimeter=0;" value="">
          <mxGeometry height="50" relative="1" width="50" as="geometry">
            <mxPoint x="560" y="1140" as="sourcePoint" />
            <mxPoint x="470" y="1220" as="targetPoint" />
          </mxGeometry>
        </mxCell>
        <mxCell id="B6rxaTuWBUzxPy2KY-4I-2739934750367" parent="1" style="ellipse;whiteSpace=wrap;html=1;" value="return 0;" vertex="1">
          <mxGeometry height="80" width="120" x="411" y="1220" as="geometry" />
        </mxCell>
      </root>
    </mxGraphModel>
  </diagram>
</mxfile>
